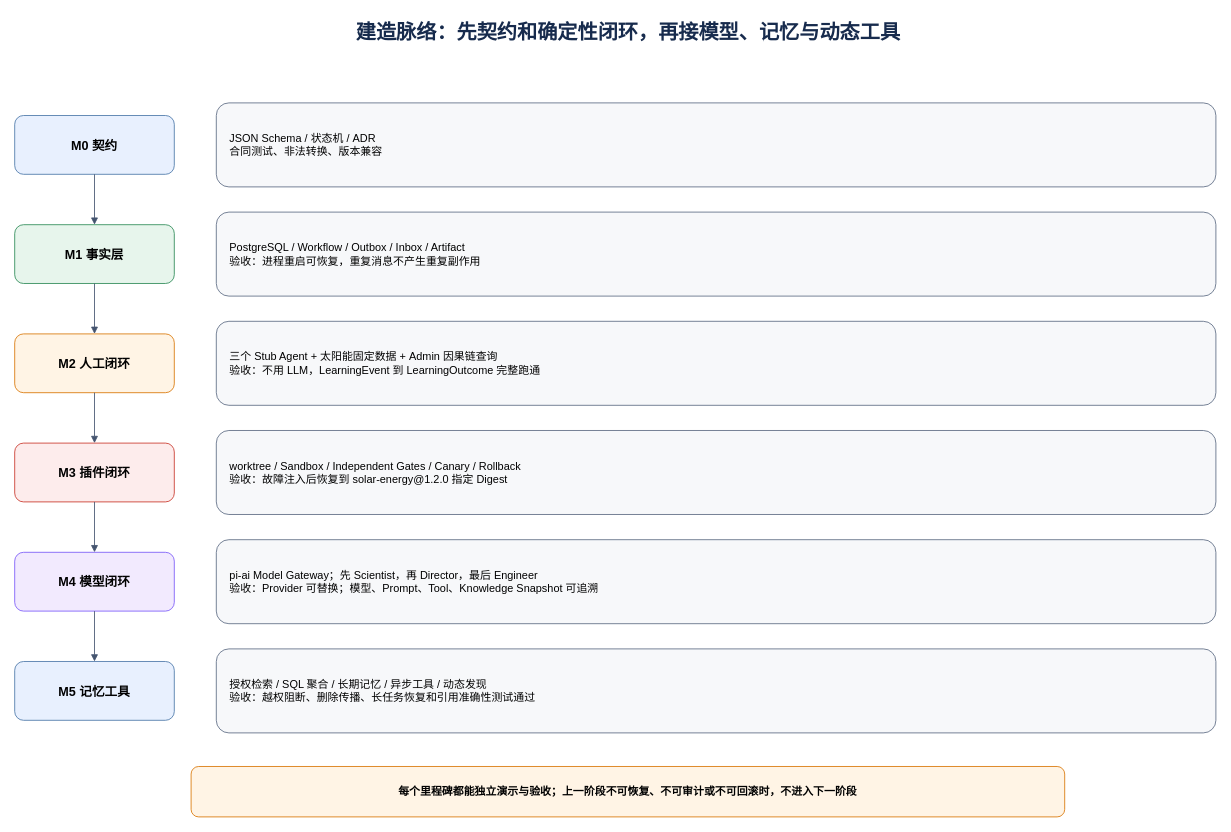
The draw.io diagram page "07-实施路线" (7 of 8) of FireFly-QuestLab-目标架构-v3.drawio in Qfish-417/Firefly, before the edit. Source tidied: cells renumbered, new cells numbered last; positions are measured from the earlier drawing's top-left corner, leaving out a move shared by most shapes. Both pictures are drawn from the tidied source at 84%, with x=0, y=0 at pixel (14, 14).
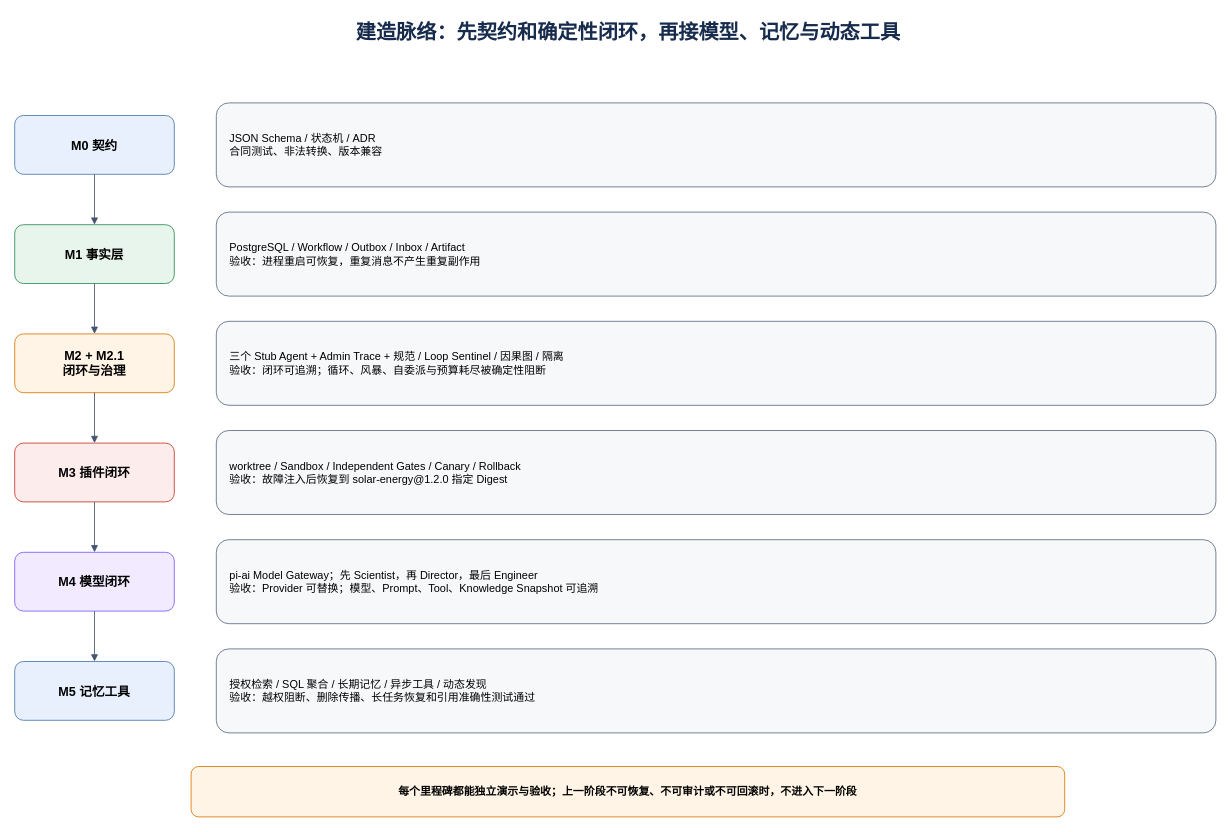
Above is the later version.

Diff of the diagram source:
```diff
@@
-    <mxCell id="7" value="M2 人工闭环" style="rounded=1;whiteSpace=wrap;html=1;fillColor=#FFF4E5;strokeColor=#D97706;fontSize=15;fontStyle=1;" parent="1" vertex="1">
+    <mxCell id="7" value="M2 + M2.1&#10;闭环与治理" style="rounded=1;whiteSpace=wrap;html=1;fillColor=#FFF4E5;strokeColor=#D97706;fontSize=15;fontStyle=1;" parent="1" vertex="1">
       <mxGeometry y="380" width="190" height="70" as="geometry" />
     </mxCell>
-    <mxCell id="8" value="三个 Stub Agent + 太阳能固定数据 + Admin 因果链查询&#10;验收：不用 LLM，LearningEvent 到 LearningOutcome 完整跑通" style="rounded=1;whiteSpace=wrap;html=1;fillColor=#F7F8FA;strokeColor=#5E6C84;fontSize=13;align=left;spacingLeft=14;" parent="1" vertex="1">
+    <mxCell id="8" value="三个 Stub Agent + Admin Trace + 规范 / Loop Sentinel / 因果图 / 隔离&#10;验收：闭环可追溯；循环、风暴、自委派与预算耗尽被确定性阻断" style="rounded=1;whiteSpace=wrap;html=1;fillColor=#F7F8FA;strokeColor=#5E6C84;fontSize=13;align=left;spacingLeft=14;" parent="1" vertex="1">
       <mxGeometry x="240" y="365" width="1190" height="100" as="geometry" />
     </mxCell>
```
